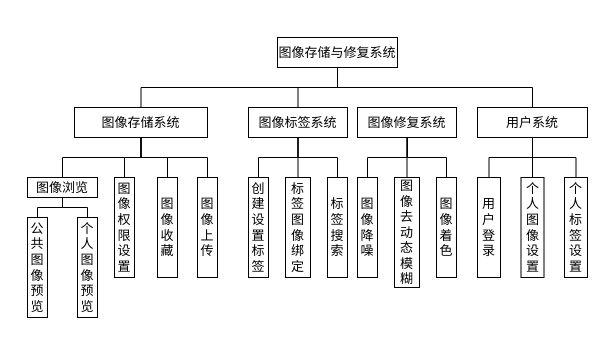
This is 图像存储系统功能模块图.drawio from LiSoulSpace/GitBook, a draw.io file, before an edit. Source tidied: cells renumbered, new cells numbered last; positions are measured from the earlier drawing's top-left corner, leaving out a move shared by most shapes. Both pictures are drawn from the tidied source at 100%, with x=0, y=0 at pixel (27, 37).
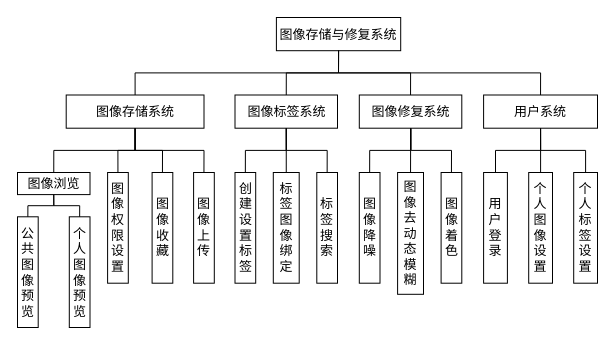
After the change.

Commit message (it also covers changes not shown here):
更新图像存储系统功能模块图.drawio

What changed in the source:
```diff
@@
-    <mxCell id="2" style="rounded=0;jettySize=auto;html=1;exitX=0.5;exitY=1;exitDx=0;exitDy=0;entryX=0.5;entryY=0;entryDx=0;entryDy=0;edgeStyle=orthogonalEdgeStyle;endArrow=none;endFill=0;fontFamily=宋体;" parent="1" edge="1" source="4" target="5">
-      <mxGeometry relative="1" as="geometry" />
-    </mxCell>
-    <mxCell id="3" style="edgeStyle=orthogonalEdgeStyle;rounded=0;jettySize=auto;html=1;exitX=0.5;exitY=1;exitDx=0;exitDy=0;entryX=0.5;entryY=0;entryDx=0;entryDy=0;endArrow=none;endFill=0;fontFamily=宋体;" parent="1" edge="1" source="4" target="17">
-      <mxGeometry relative="1" as="geometry" />
-    </mxCell>
+    <mxCell id="41" style="group;" parent="1" vertex="1">
+      <mxGeometry x="-10" y="-20" width="580" height="310" as="geometry" />
+    </mxCell>
-    <mxCell id="4" value="图像存储与修复系统" style="rounded=0;whiteSpace=wrap;html=1;fontFamily=宋体;fontSize=13;" parent="1" vertex="1">
-      <mxGeometry x="250" width="120" height="30" as="geometry" />
+    <mxCell id="4" value="图像存储与修复系统" style="rounded=0;whiteSpace=wrap;html=1;fontFamily=宋体;fontSize=13;" parent="41" vertex="1">
+      <mxGeometry x="258.9" width="124.3" height="33.2" as="geometry" />
     </mxCell>
-    <mxCell id="5" value="图像存储系统" style="rounded=0;whiteSpace=wrap;html=1;fontSize=13;fontFamily=宋体;" parent="1" vertex="1">
-      <mxGeometry x="47" y="70" width="133" height="30" as="geometry" />
+    <mxCell id="5" value="图像存储系统" style="rounded=0;whiteSpace=wrap;html=1;fontSize=13;fontFamily=宋体;" parent="41" vertex="1">
+      <mxGeometry x="48.7" y="77.5" width="137.8" height="33.2" as="geometry" />
     </mxCell>
+    <mxCell id="2" style="rounded=0;jettySize=auto;html=1;exitX=0.5;exitY=1;exitDx=0;exitDy=0;entryX=0.5;entryY=0;entryDx=0;entryDy=0;edgeStyle=orthogonalEdgeStyle;endArrow=none;endFill=0;fontFamily=宋体;" parent="41" edge="1" source="4" target="5">
+      <mxGeometry relative="1" as="geometry" />
+    </mxCell>
-    <mxCell id="6" style="edgeStyle=orthogonalEdgeStyle;shape=connector;rounded=0;jettySize=auto;html=1;exitX=0.5;exitY=0;exitDx=0;exitDy=0;entryX=0.5;entryY=1;entryDx=0;entryDy=0;labelBackgroundColor=default;strokeColor=default;fontFamily=Helvetica;fontSize=11;fontColor=default;endArrow=none;endFill=0;" parent="1" edge="1" source="7" target="5">
+    <mxCell id="6" style="edgeStyle=orthogonalEdgeStyle;shape=connector;rounded=0;jettySize=auto;html=1;exitX=0.5;exitY=0;exitDx=0;exitDy=0;entryX=0.5;entryY=1;entryDx=0;entryDy=0;labelBackgroundColor=default;strokeColor=default;fontFamily=Helvetica;fontSize=11;fontColor=default;endArrow=none;endFill=0;" parent="41" edge="1" source="7" target="5">
       <mxGeometry relative="1" as="geometry" />
     </mxCell>
-    <mxCell id="7" value="图像权限设置" style="rounded=0;whiteSpace=wrap;html=1;fontSize=13;fontFamily=宋体;" parent="1" vertex="1">
-      <mxGeometry x="87" y="140" width="20" height="100" as="geometry" />
+    <mxCell id="7" value="图像权限设置" style="rounded=0;whiteSpace=wrap;html=1;fontSize=13;fontFamily=宋体;" parent="41" vertex="1">
+      <mxGeometry x="90.1" y="155" width="20.7" height="110.7" as="geometry" />
     </mxCell>
-    <mxCell id="8" style="edgeStyle=orthogonalEdgeStyle;shape=connector;rounded=0;jettySize=auto;html=1;exitX=0.5;exitY=0;exitDx=0;exitDy=0;entryX=0.5;entryY=1;entryDx=0;entryDy=0;labelBackgroundColor=default;strokeColor=default;fontFamily=Helvetica;fontSize=11;fontColor=default;endArrow=none;endFill=0;" parent="1" edge="1" source="9" target="5">
+    <mxCell id="8" style="edgeStyle=orthogonalEdgeStyle;shape=connector;rounded=0;jettySize=auto;html=1;exitX=0.5;exitY=0;exitDx=0;exitDy=0;entryX=0.5;entryY=1;entryDx=0;entryDy=0;labelBackgroundColor=default;strokeColor=default;fontFamily=Helvetica;fontSize=11;fontColor=default;endArrow=none;endFill=0;" parent="41" edge="1" source="9" target="5">
       <mxGeometry relative="1" as="geometry" />
     </mxCell>
-    <mxCell id="9" value="图像收藏" style="rounded=0;whiteSpace=wrap;html=1;fontSize=13;fontFamily=宋体;" parent="1" vertex="1">
-      <mxGeometry x="130" y="140" width="20" height="100" as="geometry" />
+    <mxCell id="9" value="图像收藏" style="rounded=0;whiteSpace=wrap;html=1;fontSize=13;fontFamily=宋体;" parent="41" vertex="1">
+      <mxGeometry x="134.6" y="155" width="20.7" height="110.7" as="geometry" />
     </mxCell>
-    <mxCell id="10" style="edgeStyle=orthogonalEdgeStyle;shape=connector;rounded=0;jettySize=auto;html=1;exitX=0.5;exitY=0;exitDx=0;exitDy=0;entryX=0.5;entryY=1;entryDx=0;entryDy=0;labelBackgroundColor=default;strokeColor=default;fontFamily=Helvetica;fontSize=11;fontColor=default;endArrow=none;endFill=0;" parent="1" edge="1" source="11" target="5">
+    <mxCell id="10" style="edgeStyle=orthogonalEdgeStyle;shape=connector;rounded=0;jettySize=auto;html=1;exitX=0.5;exitY=0;exitDx=0;exitDy=0;entryX=0.5;entryY=1;entryDx=0;entryDy=0;labelBackgroundColor=default;strokeColor=default;fontFamily=Helvetica;fontSize=11;fontColor=default;endArrow=none;endFill=0;" parent="41" edge="1" source="11" target="5">
       <mxGeometry relative="1" as="geometry" />
     </mxCell>
-    <mxCell id="11" value="图像浏览" style="rounded=0;whiteSpace=wrap;html=1;fontSize=13;fontFamily=宋体;" parent="1" vertex="1">
-      <mxGeometry y="140" width="70" height="20" as="geometry" />
+    <mxCell id="11" value="图像浏览" style="rounded=0;whiteSpace=wrap;html=1;fontSize=13;fontFamily=宋体;" parent="41" vertex="1">
+      <mxGeometry y="155" width="72.5" height="22.1" as="geometry" />
     </mxCell>
-    <mxCell id="12" value="公共图像预览" style="rounded=0;whiteSpace=wrap;html=1;fontSize=13;fontFamily=宋体;" parent="1" vertex="1">
-      <mxGeometry y="180" width="20" height="100" as="geometry" />
+    <mxCell id="12" value="公共图像预览" style="rounded=0;whiteSpace=wrap;html=1;fontSize=13;fontFamily=宋体;" parent="41" vertex="1">
+      <mxGeometry y="199.3" width="20.7" height="110.7" as="geometry" />
     </mxCell>
-    <mxCell id="13" style="edgeStyle=orthogonalEdgeStyle;shape=connector;rounded=0;jettySize=auto;html=1;exitX=0.5;exitY=1;exitDx=0;exitDy=0;entryX=0.5;entryY=0;entryDx=0;entryDy=0;labelBackgroundColor=default;strokeColor=default;fontFamily=宋体;fontSize=11;fontColor=default;endArrow=none;endFill=0;" parent="1" edge="1" source="11" target="12">
+    <mxCell id="13" style="edgeStyle=orthogonalEdgeStyle;shape=connector;rounded=0;jettySize=auto;html=1;exitX=0.5;exitY=1;exitDx=0;exitDy=0;entryX=0.5;entryY=0;entryDx=0;entryDy=0;labelBackgroundColor=default;strokeColor=default;fontFamily=宋体;fontSize=11;fontColor=default;endArrow=none;endFill=0;" parent="41" edge="1" source="11" target="12">
       <mxGeometry relative="1" as="geometry">
         <Array as="points">
-          <mxPoint x="35" y="170" />
-          <mxPoint x="10" y="170" />
+          <mxPoint x="36.2" y="188.2" />
+          <mxPoint x="10.4" y="188.2" />
         </Array>
       </mxGeometry>
     </mxCell>
-    <mxCell id="14" value="个人图像预览" style="rounded=0;whiteSpace=wrap;html=1;fontSize=13;fontFamily=宋体;" parent="1" vertex="1">
-      <mxGeometry x="50" y="180" width="20" height="100" as="geometry" />
+    <mxCell id="14" value="个人图像预览" style="rounded=0;whiteSpace=wrap;html=1;fontSize=13;fontFamily=宋体;" parent="41" vertex="1">
+      <mxGeometry x="51.8" y="199.3" width="20.7" height="110.7" as="geometry" />
     </mxCell>
-    <mxCell id="15" style="edgeStyle=orthogonalEdgeStyle;shape=connector;rounded=0;jettySize=auto;html=1;exitX=0.5;exitY=1;exitDx=0;exitDy=0;entryX=0.5;entryY=0;entryDx=0;entryDy=0;labelBackgroundColor=default;strokeColor=default;fontFamily=宋体;fontSize=11;fontColor=default;endArrow=none;endFill=0;" parent="1" edge="1" source="11" target="14">
+    <mxCell id="15" style="edgeStyle=orthogonalEdgeStyle;shape=connector;rounded=0;jettySize=auto;html=1;exitX=0.5;exitY=1;exitDx=0;exitDy=0;entryX=0.5;entryY=0;entryDx=0;entryDy=0;labelBackgroundColor=default;strokeColor=default;fontFamily=宋体;fontSize=11;fontColor=default;endArrow=none;endFill=0;" parent="41" edge="1" source="11" target="14">
       <mxGeometry relative="1" as="geometry">
         <Array as="points">
-          <mxPoint x="35" y="170" />
-          <mxPoint x="60" y="170" />
+          <mxPoint x="36.2" y="188.2" />
+          <mxPoint x="62.1" y="188.2" />
         </Array>
       </mxGeometry>
     </mxCell>
-    <mxCell id="16" style="group;" parent="1" vertex="1">
-      <mxGeometry x="450" y="70" width="110" height="170" as="geometry" />
+    <mxCell id="16" style="group;" parent="41" vertex="1">
+      <mxGeometry x="466.1" y="77.5" width="113.9" height="188.2" as="geometry" />
     </mxCell>
     <mxCell id="17" value="用户系统" style="rounded=0;whiteSpace=wrap;html=1;fontSize=13;fontFamily=宋体;" parent="16" vertex="1">
-      <mxGeometry width="110" height="30" as="geometry" />
+      <mxGeometry width="113.9" height="33.2" as="geometry" />
     </mxCell>
@@
     <mxCell id="19" value="用户登录" style="rounded=0;whiteSpace=wrap;html=1;fontSize=13;fontFamily=宋体;" parent="16" vertex="1">
-      <mxGeometry y="70" width="23" height="100" as="geometry" />
+      <mxGeometry y="77.5" width="23.8" height="110.7" as="geometry" />
     </mxCell>
@@
     <mxCell id="21" value="个人标签设置" style="rounded=0;whiteSpace=wrap;html=1;fontSize=13;fontFamily=宋体;" parent="16" vertex="1">
-      <mxGeometry x="87" y="70" width="23" height="100" as="geometry" />
+      <mxGeometry x="90.1" y="77.5" width="23.8" height="110.7" as="geometry" />
     </mxCell>
     <mxCell id="22" style="edgeStyle=orthogonalEdgeStyle;shape=connector;rounded=0;jettySize=auto;html=1;exitX=0.5;exitY=0;exitDx=0;exitDy=0;labelBackgroundColor=default;strokeColor=default;fontFamily=Helvetica;fontSize=11;fontColor=default;endArrow=none;endFill=0;" parent="16" edge="1" source="23">
       <mxGeometry relative="1" as="geometry">
-        <mxPoint x="55" y="30" as="targetPoint" />
+        <mxPoint x="57" y="33.2" as="targetPoint" />
       </mxGeometry>
     </mxCell>
     <mxCell id="23" value="个人图像设置" style="rounded=0;whiteSpace=wrap;html=1;fontSize=13;fontFamily=宋体;" parent="16" vertex="1">
-      <mxGeometry x="43.5" y="70" width="23" height="100" as="geometry" />
+      <mxGeometry x="45.1" y="77.5" width="23.8" height="110.7" as="geometry" />
     </mxCell>
+    <mxCell id="3" style="edgeStyle=orthogonalEdgeStyle;rounded=0;jettySize=auto;html=1;exitX=0.5;exitY=1;exitDx=0;exitDy=0;entryX=0.5;entryY=0;entryDx=0;entryDy=0;endArrow=none;endFill=0;fontFamily=宋体;" parent="41" edge="1" source="4" target="17">
+      <mxGeometry relative="1" as="geometry" />
+    </mxCell>
-    <mxCell id="24" style="edgeStyle=orthogonalEdgeStyle;shape=connector;rounded=0;jettySize=auto;html=1;exitX=0.5;exitY=0;exitDx=0;exitDy=0;entryX=0.5;entryY=1;entryDx=0;entryDy=0;labelBackgroundColor=default;strokeColor=default;fontFamily=Helvetica;fontSize=11;fontColor=default;endArrow=none;endFill=0;" parent="1" edge="1" source="25" target="4">
+    <mxCell id="24" style="edgeStyle=orthogonalEdgeStyle;shape=connector;rounded=0;jettySize=auto;html=1;exitX=0.5;exitY=0;exitDx=0;exitDy=0;entryX=0.5;entryY=1;entryDx=0;entryDy=0;labelBackgroundColor=default;strokeColor=default;fontFamily=Helvetica;fontSize=11;fontColor=default;endArrow=none;endFill=0;" parent="41" edge="1" source="25" target="4">
       <mxGeometry relative="1" as="geometry" />
     </mxCell>
+    <mxCell id="32" style="edgeStyle=orthogonalEdgeStyle;shape=connector;rounded=0;jettySize=auto;html=1;exitX=0.5;exitY=0;exitDx=0;exitDy=0;entryX=0.5;entryY=1;entryDx=0;entryDy=0;labelBackgroundColor=default;strokeColor=default;fontFamily=Helvetica;fontSize=11;fontColor=default;endArrow=none;endFill=0;" parent="41" edge="1" source="33" target="5">
+      <mxGeometry relative="1" as="geometry" />
+    </mxCell>
+    <mxCell id="33" value="图像上传" style="rounded=0;whiteSpace=wrap;html=1;fontSize=13;fontFamily=宋体;" parent="41" vertex="1">
+      <mxGeometry x="176.1" y="155" width="20.7" height="110.7" as="geometry" />
+    </mxCell>
+    <mxCell id="42" style="edgeStyle=orthogonalEdgeStyle;shape=connector;rounded=0;jettySize=auto;html=1;exitX=0.5;exitY=0;exitDx=0;exitDy=0;entryX=0.5;entryY=1;entryDx=0;entryDy=0;labelBackgroundColor=default;strokeColor=default;fontFamily=Helvetica;fontSize=11;fontColor=default;endArrow=none;endFill=0;" parent="41" edge="1" source="34" target="4">
+      <mxGeometry relative="1" as="geometry" />
+    </mxCell>
+    <mxCell id="34" value="图像修复系统" style="rounded=0;whiteSpace=wrap;html=1;fontSize=13;fontFamily=宋体;" parent="41" vertex="1">
+      <mxGeometry x="341.8" y="77.5" width="102.5" height="33.2" as="geometry" />
+    </mxCell>
+    <mxCell id="35" style="edgeStyle=orthogonalEdgeStyle;shape=connector;rounded=0;jettySize=auto;html=1;exitX=0.5;exitY=0;exitDx=0;exitDy=0;entryX=0.5;entryY=1;entryDx=0;entryDy=0;labelBackgroundColor=default;strokeColor=default;fontFamily=Helvetica;fontSize=11;fontColor=default;endArrow=none;endFill=0;" parent="41" edge="1" source="36" target="34">
+      <mxGeometry relative="1" as="geometry" />
+    </mxCell>
+    <mxCell id="36" value="图像降噪" style="rounded=0;whiteSpace=wrap;html=1;fontSize=13;fontFamily=宋体;" parent="41" vertex="1">
+      <mxGeometry x="341.8" y="155" width="20.7" height="110.7" as="geometry" />
+    </mxCell>
+    <mxCell id="37" style="edgeStyle=orthogonalEdgeStyle;shape=connector;rounded=0;jettySize=auto;html=1;exitX=0.5;exitY=0;exitDx=0;exitDy=0;labelBackgroundColor=default;strokeColor=default;fontFamily=Helvetica;fontSize=11;fontColor=default;endArrow=none;endFill=0;" parent="41" edge="1" source="38">
+      <mxGeometry relative="1" as="geometry">
+        <mxPoint x="393.1" y="110.7" as="targetPoint" />
+      </mxGeometry>
+    </mxCell>
+    <mxCell id="38" value="图像去动态模糊" style="rounded=0;whiteSpace=wrap;html=1;fontSize=13;fontFamily=宋体;" parent="41" vertex="1">
+      <mxGeometry x="380.1" y="155" width="25.9" height="121.8" as="geometry" />
+    </mxCell>
+    <mxCell id="39" style="edgeStyle=orthogonalEdgeStyle;shape=connector;rounded=0;jettySize=auto;html=1;exitX=0.5;exitY=0;exitDx=0;exitDy=0;labelBackgroundColor=default;strokeColor=default;fontFamily=Helvetica;fontSize=11;fontColor=default;endArrow=none;endFill=0;" parent="41" edge="1" source="40">
+      <mxGeometry relative="1" as="geometry">
+        <mxPoint x="393.6" y="110.7" as="targetPoint" />
+        <Array as="points">
+          <mxPoint x="434" y="132.9" />
+          <mxPoint x="393.6" y="132.9" />
+        </Array>
+      </mxGeometry>
+    </mxCell>
+    <mxCell id="40" value="图像着色" style="rounded=0;whiteSpace=wrap;html=1;fontSize=13;fontFamily=宋体;" parent="41" vertex="1">
+      <mxGeometry x="423.6" y="155" width="20.7" height="110.7" as="geometry" />
+    </mxCell>
+    <mxCell id="43" style="group;" parent="41" vertex="1">
+      <mxGeometry x="217.5" y="77.5" width="102.5" height="188.2" as="geometry" />
+    </mxCell>
-    <mxCell id="25" value="图像标签系统" style="rounded=0;whiteSpace=wrap;html=1;fontSize=13;fontFamily=宋体;" parent="1" vertex="1">
-      <mxGeometry x="221" y="70" width="99" height="30" as="geometry" />
+    <mxCell id="25" value="图像标签系统" style="rounded=0;whiteSpace=wrap;html=1;fontSize=13;fontFamily=宋体;" parent="43" vertex="1">
+      <mxGeometry width="102.5" height="33.2" as="geometry" />
     </mxCell>
-    <mxCell id="26" style="edgeStyle=orthogonalEdgeStyle;shape=connector;rounded=0;jettySize=auto;html=1;exitX=0.5;exitY=0;exitDx=0;exitDy=0;entryX=0.5;entryY=1;entryDx=0;entryDy=0;labelBackgroundColor=default;strokeColor=default;fontFamily=Helvetica;fontSize=11;fontColor=default;endArrow=none;endFill=0;" parent="1" edge="1" source="27" target="25">
+    <mxCell id="26" style="edgeStyle=orthogonalEdgeStyle;shape=connector;rounded=0;jettySize=auto;html=1;exitX=0.5;exitY=0;exitDx=0;exitDy=0;entryX=0.5;entryY=1;entryDx=0;entryDy=0;labelBackgroundColor=default;strokeColor=default;fontFamily=Helvetica;fontSize=11;fontColor=default;endArrow=none;endFill=0;" parent="43" edge="1" source="27" target="25">
       <mxGeometry relative="1" as="geometry" />
     </mxCell>
-    <mxCell id="27" value="创建设置标签" style="rounded=0;whiteSpace=wrap;html=1;fontSize=13;fontFamily=宋体;" parent="1" vertex="1">
-      <mxGeometry x="221" y="140" width="20" height="100" as="geometry" />
+    <mxCell id="27" value="创建设置标签" style="rounded=0;whiteSpace=wrap;html=1;fontSize=13;fontFamily=宋体;" parent="43" vertex="1">
+      <mxGeometry y="77.5" width="20.7" height="110.7" as="geometry" />
     </mxCell>
-    <mxCell id="28" style="edgeStyle=orthogonalEdgeStyle;shape=connector;rounded=0;jettySize=auto;html=1;exitX=0.5;exitY=0;exitDx=0;exitDy=0;entryX=0.5;entryY=1;entryDx=0;entryDy=0;labelBackgroundColor=default;strokeColor=default;fontFamily=Helvetica;fontSize=11;fontColor=default;endArrow=none;endFill=0;" parent="1" edge="1" source="29" target="25">
+    <mxCell id="28" style="edgeStyle=orthogonalEdgeStyle;shape=connector;rounded=0;jettySize=auto;html=1;exitX=0.5;exitY=0;exitDx=0;exitDy=0;entryX=0.5;entryY=1;entryDx=0;entryDy=0;labelBackgroundColor=default;strokeColor=default;fontFamily=Helvetica;fontSize=11;fontColor=default;endArrow=none;endFill=0;" parent="43" edge="1" source="29" target="25">
       <mxGeometry relative="1" as="geometry" />
     </mxCell>
-    <mxCell id="29" value="标签图像绑定" style="rounded=0;whiteSpace=wrap;html=1;fontSize=13;fontFamily=宋体;" parent="1" vertex="1">
-      <mxGeometry x="258" y="140" width="25" height="100" as="geometry" />
+    <mxCell id="29" value="标签图像绑定" style="rounded=0;whiteSpace=wrap;html=1;fontSize=13;fontFamily=宋体;" parent="43" vertex="1">
+      <mxGeometry x="38.3" y="77.5" width="25.9" height="110.7" as="geometry" />
     </mxCell>
-    <mxCell id="30" style="edgeStyle=orthogonalEdgeStyle;shape=connector;rounded=0;jettySize=auto;html=1;exitX=0.5;exitY=0;exitDx=0;exitDy=0;entryX=0.5;entryY=1;entryDx=0;entryDy=0;labelBackgroundColor=default;strokeColor=default;fontFamily=Helvetica;fontSize=11;fontColor=default;endArrow=none;endFill=0;" parent="1" edge="1" source="31" target="25">
+    <mxCell id="30" style="edgeStyle=orthogonalEdgeStyle;shape=connector;rounded=0;jettySize=auto;html=1;exitX=0.5;exitY=0;exitDx=0;exitDy=0;entryX=0.5;entryY=1;entryDx=0;entryDy=0;labelBackgroundColor=default;strokeColor=default;fontFamily=Helvetica;fontSize=11;fontColor=default;endArrow=none;endFill=0;" parent="43" edge="1" source="31" target="25">
       <mxGeometry relative="1" as="geometry" />
     </mxCell>
-    <mxCell id="31" value="标签搜索" style="rounded=0;whiteSpace=wrap;html=1;fontSize=13;fontFamily=宋体;" parent="1" vertex="1">
-      <mxGeometry x="300" y="140" width="20" height="100" as="geometry" />
+    <mxCell id="31" value="标签搜索" style="rounded=0;whiteSpace=wrap;html=1;fontSize=13;fontFamily=宋体;" parent="43" vertex="1">
+      <mxGeometry x="81.8" y="77.5" width="20.7" height="110.7" as="geometry" />
     </mxCell>
-    <mxCell id="32" style="edgeStyle=orthogonalEdgeStyle;shape=connector;rounded=0;jettySize=auto;html=1;exitX=0.5;exitY=0;exitDx=0;exitDy=0;entryX=0.5;entryY=1;entryDx=0;entryDy=0;labelBackgroundColor=default;strokeColor=default;fontFamily=Helvetica;fontSize=11;fontColor=default;endArrow=none;endFill=0;" parent="1" edge="1" source="33" target="5">
-      <mxGeometry relative="1" as="geometry" />
-    </mxCell>
-    <mxCell id="33" value="图像上传" style="rounded=0;whiteSpace=wrap;html=1;fontSize=13;fontFamily=宋体;" parent="1" vertex="1">
-      <mxGeometry x="170" y="140" width="20" height="100" as="geometry" />
-    </mxCell>
-    <mxCell id="34" value="图像修复系统" style="rounded=0;whiteSpace=wrap;html=1;fontSize=13;fontFamily=宋体;" parent="1" vertex="1">
-      <mxGeometry x="330" y="70" width="99" height="30" as="geometry" />
-    </mxCell>
-    <mxCell id="35" style="edgeStyle=orthogonalEdgeStyle;shape=connector;rounded=0;jettySize=auto;html=1;exitX=0.5;exitY=0;exitDx=0;exitDy=0;entryX=0.5;entryY=1;entryDx=0;entryDy=0;labelBackgroundColor=default;strokeColor=default;fontFamily=Helvetica;fontSize=11;fontColor=default;endArrow=none;endFill=0;" parent="1" edge="1" source="36" target="34">
-      <mxGeometry relative="1" as="geometry" />
-    </mxCell>
-    <mxCell id="36" value="图像降噪" style="rounded=0;whiteSpace=wrap;html=1;fontSize=13;fontFamily=宋体;" parent="1" vertex="1">
-      <mxGeometry x="330" y="140" width="20" height="100" as="geometry" />
-    </mxCell>
-    <mxCell id="37" style="edgeStyle=orthogonalEdgeStyle;shape=connector;rounded=0;jettySize=auto;html=1;exitX=0.5;exitY=0;exitDx=0;exitDy=0;labelBackgroundColor=default;strokeColor=default;fontFamily=Helvetica;fontSize=11;fontColor=default;endArrow=none;endFill=0;" parent="1" edge="1" source="38">
-      <mxGeometry relative="1" as="geometry">
-        <mxPoint x="379.5" y="100" as="targetPoint" />
-      </mxGeometry>
-    </mxCell>
-    <mxCell id="38" value="图像去动态模糊" style="rounded=0;whiteSpace=wrap;html=1;fontSize=13;fontFamily=宋体;" parent="1" vertex="1">
-      <mxGeometry x="367" y="140" width="25" height="110" as="geometry" />
-    </mxCell>
-    <mxCell id="39" style="edgeStyle=orthogonalEdgeStyle;shape=connector;rounded=0;jettySize=auto;html=1;exitX=0.5;exitY=0;exitDx=0;exitDy=0;labelBackgroundColor=default;strokeColor=default;fontFamily=Helvetica;fontSize=11;fontColor=default;endArrow=none;endFill=0;" parent="1" edge="1" source="40">
-      <mxGeometry relative="1" as="geometry">
-        <mxPoint x="380" y="100" as="targetPoint" />
-        <Array as="points">
-          <mxPoint x="419" y="120" />
-          <mxPoint x="380" y="120" />
-        </Array>
-      </mxGeometry>
-    </mxCell>
-    <mxCell id="40" value="图像着色" style="rounded=0;whiteSpace=wrap;html=1;fontSize=13;fontFamily=宋体;" parent="1" vertex="1">
-      <mxGeometry x="409" y="140" width="20" height="100" as="geometry" />
-    </mxCell>
```
